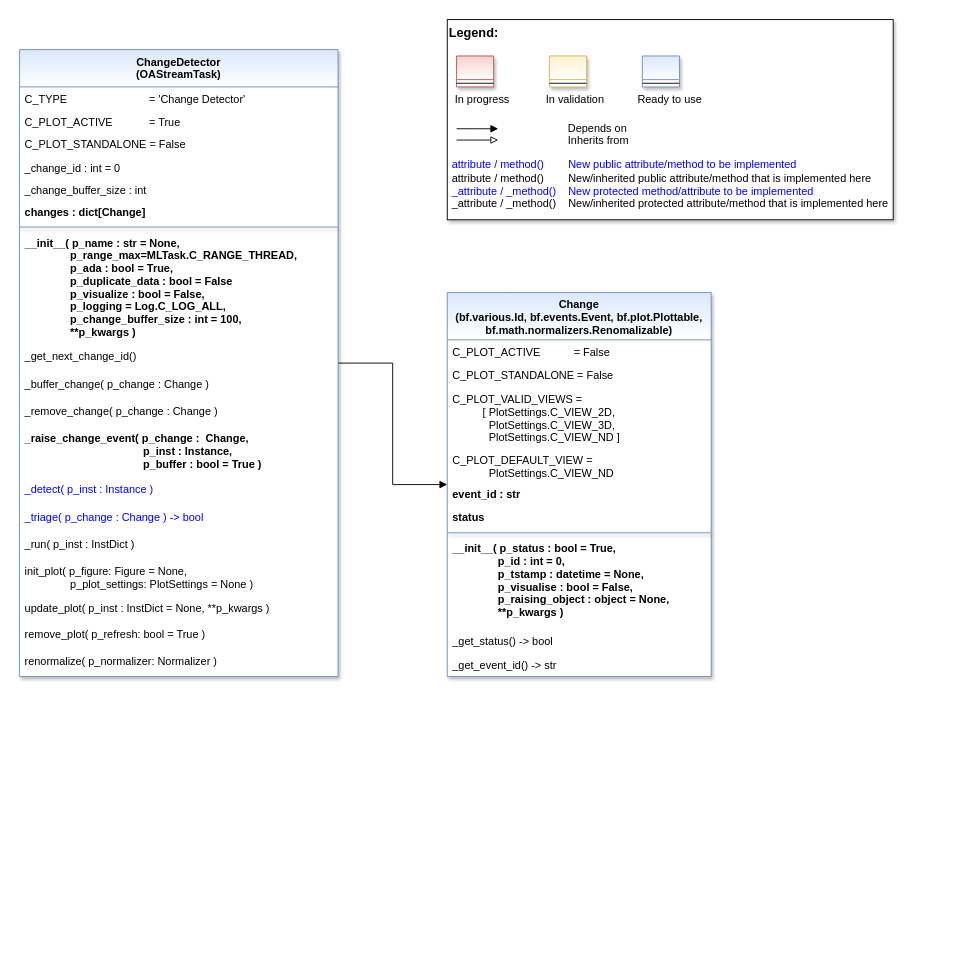
The draw.io diagram doc/rtd/content/99_appendices/appendix2/sub/mlpro_oa/streams/30_change_detection/images/MLPro-OA-Change-Detectors_class_diagram.drawio in fhswf/MLPro, before the edit. Source tidied: cells renumbered, new cells numbered last; positions are measured from the earlier drawing's top-left corner, leaving out a move shared by most shapes. Both pictures are drawn from the tidied source at 91%, with x=0, y=0 at pixel (19, 19).
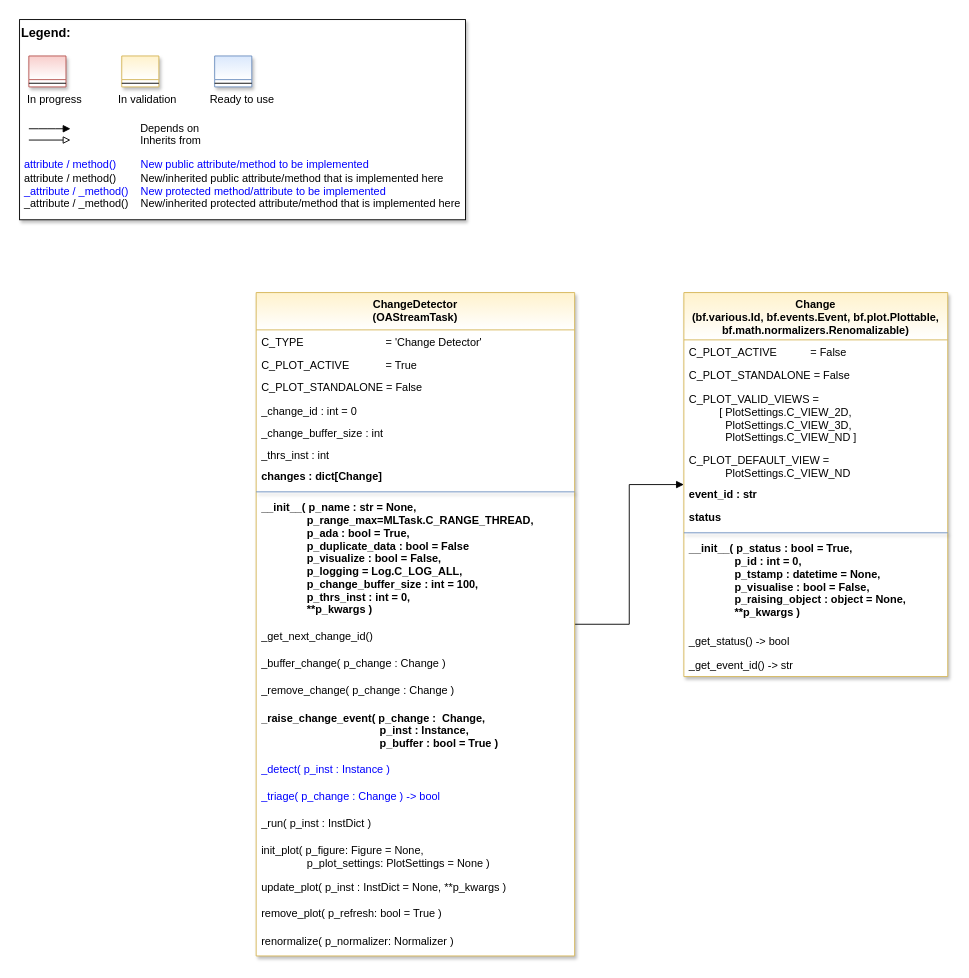
The same diagram, later.

Change to the diagram source:
```diff
@@
     <mxCell id="2" style="group;" parent="1" vertex="1">
-      <mxGeometry x="470" width="490" height="220" as="geometry" />
+      <mxGeometry width="490" height="220" as="geometry" />
     </mxCell>
@@
-    <mxCell id="13" value="ChangeDetector&#10;(OAStreamTask)" style="swimlane;align=center;verticalAlign=top;horizontal=1;startSize=41;rounded=0;shadow=1;strokeWidth=1;fillColor=#dae8fc;strokeColor=#6c8ebf;swimlaneFillColor=#ffffff;gradientColor=#FFFFFF;" parent="1" vertex="1">
-      <mxGeometry y="33" width="350" height="689" as="geometry" />
+    <mxCell id="13" value="ChangeDetector&#10;(OAStreamTask)" style="swimlane;align=center;verticalAlign=top;horizontal=1;startSize=41;rounded=0;shadow=1;strokeWidth=1;fillColor=#fff2cc;strokeColor=#d6b656;swimlaneFillColor=#ffffff;gradientColor=#FFFFFF;" parent="1" vertex="1">
+      <mxGeometry x="260" y="300" width="350" height="729" as="geometry" />
     </mxCell>
@@
+    <mxCell id="44" value="_thrs_inst : int" style="text;align=left;verticalAlign=top;spacingLeft=4;spacingRight=4;overflow=hidden;" parent="13" vertex="1">
+      <mxGeometry y="165" width="350" height="24" as="geometry" />
+    </mxCell>
     <mxCell id="19" value="changes : dict[Change]" style="text;align=left;verticalAlign=top;spacingLeft=4;spacingRight=4;overflow=hidden;fontStyle=1;" parent="13" vertex="1">
-      <mxGeometry y="165" width="350" height="26" as="geometry" />
+      <mxGeometry y="189" width="350" height="26" as="geometry" />
     </mxCell>
     <mxCell id="20" style="line;html=1;strokeWidth=1;align=center;verticalAlign=top;spacingTop=-1;spacingLeft=3;spacingRight=3;labelPosition=right;rounded=0;shadow=1;strokeColor=#6c8ebf;swimlaneFillColor=#ffffff;fontFamily=Helvetica;fontSize=12;fontColor=default;fontStyle=3;fillColor=#dae8fc;gradientColor=#ffffff;" parent="13" vertex="1">
-      <mxGeometry y="191" width="350" height="8" as="geometry" />
+      <mxGeometry y="215" width="350" height="8" as="geometry" />
     </mxCell>
-    <mxCell id="21" value="__init__( p_name : str = None,&#10;               p_range_max=MLTask.C_RANGE_THREAD,&#10;               p_ada : bool = True,&#10;               p_duplicate_data : bool = False&#10;               p_visualize : bool = False,&#10;               p_logging = Log.C_LOG_ALL,&#10;               p_change_buffer_size : int = 100,&#10;               **p_kwargs )" style="text;align=left;verticalAlign=top;spacingLeft=4;spacingRight=4;overflow=hidden;fontStyle=1;" parent="13" vertex="1">
-      <mxGeometry y="199" width="350" height="125" as="geometry" />
+    <mxCell id="21" value="__init__( p_name : str = None,&#10;               p_range_max=MLTask.C_RANGE_THREAD,&#10;               p_ada : bool = True,&#10;               p_duplicate_data : bool = False&#10;               p_visualize : bool = False,&#10;               p_logging = Log.C_LOG_ALL,&#10;               p_change_buffer_size : int = 100,&#10;               p_thrs_inst : int = 0,&#10;               **p_kwargs )" style="text;align=left;verticalAlign=top;spacingLeft=4;spacingRight=4;overflow=hidden;fontStyle=1;" parent="13" vertex="1">
+      <mxGeometry y="223" width="350" height="141" as="geometry" />
     </mxCell>
     <mxCell id="22" value="_get_next_change_id()" style="text;align=left;verticalAlign=top;spacingLeft=4;spacingRight=4;overflow=hidden;shadow=1;" parent="13" vertex="1">
-      <mxGeometry y="324" width="350" height="30" as="geometry" />
+      <mxGeometry y="364" width="350" height="30" as="geometry" />
     </mxCell>
     <mxCell id="23" value="_buffer_change( p_change : Change )" style="text;align=left;verticalAlign=top;spacingLeft=4;spacingRight=4;overflow=hidden;shadow=1;" parent="13" vertex="1">
-      <mxGeometry y="354" width="350" height="30" as="geometry" />
+      <mxGeometry y="394" width="350" height="30" as="geometry" />
     </mxCell>
     <mxCell id="24" value="_remove_change( p_change : Change )" style="text;align=left;verticalAlign=top;spacingLeft=4;spacingRight=4;overflow=hidden;shadow=1;" parent="13" vertex="1">
-      <mxGeometry y="384" width="350" height="30" as="geometry" />
+      <mxGeometry y="424" width="350" height="30" as="geometry" />
     </mxCell>
     <mxCell id="25" value="_raise_change_event( p_change :  Change, &#10;                                       p_inst : Instance,&#10;                                       p_buffer : bool = True )" style="text;align=left;verticalAlign=top;spacingLeft=4;spacingRight=4;overflow=hidden;shadow=1;fontStyle=1;" parent="13" vertex="1">
-      <mxGeometry y="414" width="350" height="56" as="geometry" />
+      <mxGeometry y="454" width="350" height="56" as="geometry" />
     </mxCell>
     <mxCell id="26" value="_detect( p_inst : Instance )" style="text;align=left;verticalAlign=top;spacingLeft=4;spacingRight=4;overflow=hidden;shadow=1;fontColor=#0000FF;" parent="13" vertex="1">
-      <mxGeometry y="470" width="350" height="30" as="geometry" />
+      <mxGeometry y="510" width="350" height="30" as="geometry" />
     </mxCell>
     <mxCell id="27" value="_triage( p_change : Change ) -&gt; bool" style="text;align=left;verticalAlign=top;spacingLeft=4;spacingRight=4;overflow=hidden;shadow=1;fontColor=#0000FF;" parent="13" vertex="1">
-      <mxGeometry y="500" width="350" height="30" as="geometry" />
+      <mxGeometry y="540" width="350" height="30" as="geometry" />
     </mxCell>
     <mxCell id="28" value="_run( p_inst : InstDict )" style="text;align=left;verticalAlign=top;spacingLeft=4;spacingRight=4;overflow=hidden;shadow=1;" parent="13" vertex="1">
-      <mxGeometry y="530" width="350" height="30" as="geometry" />
+      <mxGeometry y="570" width="350" height="30" as="geometry" />
     </mxCell>
     <mxCell id="29" value="init_plot( p_figure: Figure = None,&#10;               p_plot_settings: PlotSettings = None )" style="text;align=left;verticalAlign=top;spacingLeft=4;spacingRight=4;overflow=hidden;shadow=1;fontStyle=0;" parent="13" vertex="1">
-      <mxGeometry y="560" width="350" height="40" as="geometry" />
+      <mxGeometry y="600" width="350" height="40" as="geometry" />
     </mxCell>
     <mxCell id="30" value="update_plot( p_inst : InstDict = None, **p_kwargs )" style="text;align=left;verticalAlign=top;spacingLeft=4;spacingRight=4;overflow=hidden;shadow=1;fontStyle=0;" parent="13" vertex="1">
-      <mxGeometry y="600" width="350" height="29" as="geometry" />
+      <mxGeometry y="640" width="350" height="29" as="geometry" />
     </mxCell>
     <mxCell id="31" value="remove_plot( p_refresh: bool = True )" style="text;align=left;verticalAlign=top;spacingLeft=4;spacingRight=4;overflow=hidden;shadow=1;fontStyle=0;" parent="13" vertex="1">
-      <mxGeometry y="629" width="350" height="30" as="geometry" />
+      <mxGeometry y="669" width="350" height="30" as="geometry" />
     </mxCell>
     <mxCell id="32" value="renormalize( p_normalizer: Normalizer ) " style="text;align=left;verticalAlign=top;spacingLeft=4;spacingRight=4;overflow=hidden;shadow=1;fontStyle=0;" parent="13" vertex="1">
-      <mxGeometry y="659" width="350" height="30" as="geometry" />
+      <mxGeometry y="699" width="350" height="30" as="geometry" />
     </mxCell>
-    <mxCell id="33" value="Change&#10;(bf.various.Id, bf.events.Event, bf.plot.Plottable,&#10;bf.math.normalizers.Renomalizable)" style="swimlane;fontStyle=1;align=center;verticalAlign=top;horizontal=1;startSize=52;rounded=0;shadow=1;strokeWidth=1;fillColor=#dae8fc;strokeColor=#6c8ebf;swimlaneFillColor=#ffffff;fontFamily=Helvetica;fontSize=12;gradientColor=#FFFFFF;" parent="1" vertex="1">
-      <mxGeometry x="470" y="300" width="290" height="422" as="geometry" />
+    <mxCell id="33" value="Change&#10;(bf.various.Id, bf.events.Event, bf.plot.Plottable,&#10;bf.math.normalizers.Renomalizable)" style="swimlane;fontStyle=1;align=center;verticalAlign=top;horizontal=1;startSize=52;rounded=0;shadow=1;strokeWidth=1;fillColor=#fff2cc;strokeColor=#d6b656;swimlaneFillColor=#ffffff;fontFamily=Helvetica;fontSize=12;gradientColor=#FFFFFF;" parent="1" vertex="1">
+      <mxGeometry x="730" y="300" width="290" height="422" as="geometry" />
     </mxCell>
```
